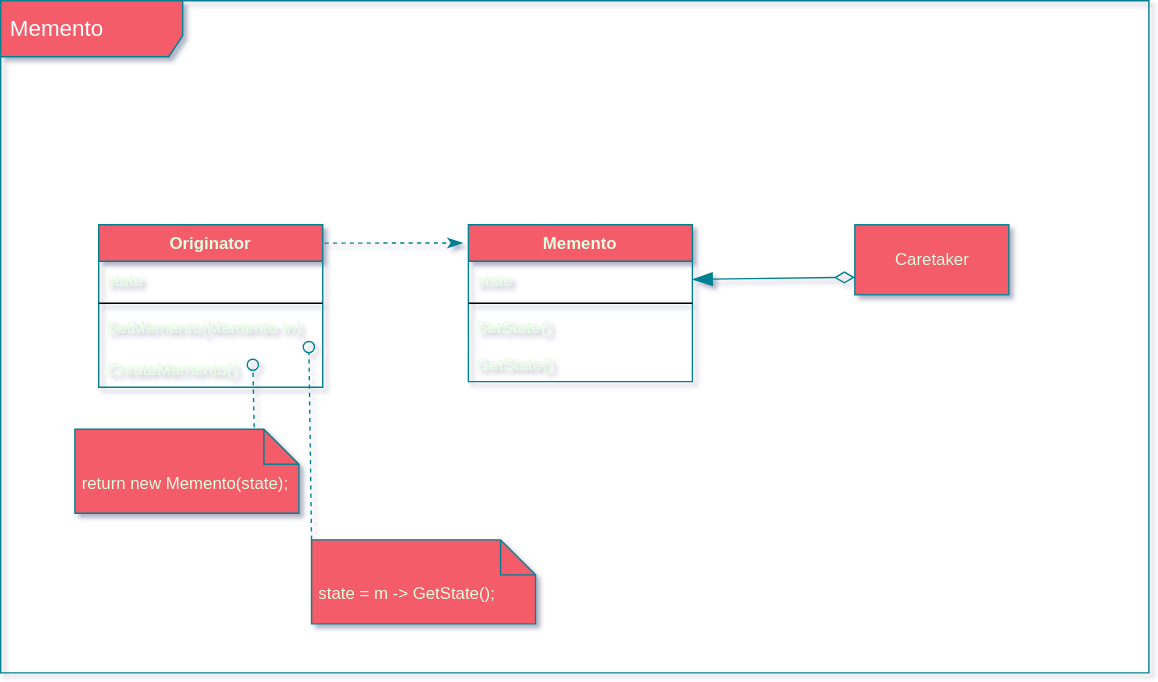
fanyixuanf/rhca keeps this draw.io diagram as design-pattern/images/memento.svg. Above is the earlier version. Source tidied: cells renumbered, new cells last; positions are measured from the earlier drawing's top-left corner, leaving out a move shared by most shapes. Source of this version:
```xml
<mxGraphModel background="#114B5F">
  <root>
    <mxCell id="0" />
    <mxCell id="1" parent="0" />
    <mxCell id="2" value="&lt;font color=&quot;#ffffff&quot;&gt;&lt;span style=&quot;font-size: 16px&quot;&gt;Memento&lt;/span&gt;&lt;/font&gt;" style="shape=umlFrame;whiteSpace=wrap;html=1;width=130;height=40;boundedLbl=1;verticalAlign=middle;align=left;spacingLeft=5;fillColor=#F45B69;strokeColor=#028090;fontColor=#E4FDE1;" parent="1" vertex="1">
      <mxGeometry width="820" height="480" as="geometry" />
    </mxCell>
    <mxCell id="3" value="Caretaker" style="html=1;rounded=0;sketch=0;fontColor=#E4FDE1;strokeColor=#028090;fillColor=#F45B69;" parent="1" vertex="1">
      <mxGeometry x="610" y="160" width="110" height="50" as="geometry" />
    </mxCell>
    <mxCell id="4" value="Memento" style="swimlane;fontStyle=1;align=center;verticalAlign=top;horizontal=1;startSize=26;rounded=0;sketch=0;fontColor=#E4FDE1;strokeColor=#028090;fillColor=#F45B69;" parent="1" vertex="1">
      <mxGeometry x="334" y="160" width="160" height="112" as="geometry" />
    </mxCell>
    <mxCell id="5" value="state" style="text;strokeColor=none;fillColor=none;align=left;verticalAlign=top;spacingLeft=4;spacingRight=4;overflow=hidden;points=[[0,0.5],[1,0.5]];portConstraint=eastwest;rounded=0;sketch=0;fontColor=#E4FDE1;" parent="4" vertex="1">
      <mxGeometry y="26" width="160" height="26" as="geometry" />
    </mxCell>
    <mxCell id="6" style="line;strokeWidth=1;fillColor=none;align=left;verticalAlign=middle;spacingTop=-1;spacingLeft=3;spacingRight=3;labelPosition=right;rounded=0;sketch=0;fontColor=#E4FDE1;" parent="4" vertex="1">
      <mxGeometry y="52" width="160" height="8" as="geometry" />
    </mxCell>
    <mxCell id="7" value="SetState()" style="text;strokeColor=none;fillColor=none;align=left;verticalAlign=top;spacingLeft=4;spacingRight=4;overflow=hidden;rounded=0;sketch=0;fontColor=#E4FDE1;" parent="4" vertex="1">
      <mxGeometry y="60" width="160" height="26" as="geometry" />
    </mxCell>
    <mxCell id="8" value="GetState()" style="text;strokeColor=none;fillColor=none;align=left;verticalAlign=top;spacingLeft=4;spacingRight=4;overflow=hidden;rounded=0;sketch=0;fontColor=#E4FDE1;" parent="4" vertex="1">
      <mxGeometry y="86" width="160" height="26" as="geometry" />
    </mxCell>
    <mxCell id="9" value="Originator" style="swimlane;fontStyle=1;align=center;verticalAlign=top;horizontal=1;startSize=26;rounded=0;sketch=0;fontColor=#E4FDE1;strokeColor=#028090;fillColor=#F45B69;" parent="1" vertex="1">
      <mxGeometry x="70" y="160" width="160" height="116" as="geometry" />
    </mxCell>
    <mxCell id="10" value="state" style="text;strokeColor=none;fillColor=none;align=left;verticalAlign=top;spacingLeft=4;spacingRight=4;overflow=hidden;rounded=0;sketch=0;fontColor=#E4FDE1;" parent="9" vertex="1">
      <mxGeometry y="26" width="160" height="26" as="geometry" />
    </mxCell>
    <mxCell id="11" style="line;strokeWidth=1;fillColor=none;align=left;verticalAlign=middle;spacingTop=-1;spacingLeft=3;spacingRight=3;labelPosition=right;rounded=0;sketch=0;fontColor=#E4FDE1;" parent="9" vertex="1">
      <mxGeometry y="52" width="160" height="8" as="geometry" />
    </mxCell>
    <mxCell id="12" value="SetMemento(Memento m)" style="text;strokeColor=none;fillColor=none;align=left;verticalAlign=top;spacingLeft=4;spacingRight=4;overflow=hidden;rounded=0;sketch=0;fontColor=#E4FDE1;" parent="9" vertex="1">
      <mxGeometry y="60" width="160" height="30" as="geometry" />
    </mxCell>
    <mxCell id="13" value="CreateMemento()" style="text;strokeColor=none;fillColor=none;align=left;verticalAlign=top;spacingLeft=4;spacingRight=4;overflow=hidden;points=[[0,0.5],[1,0.5]];portConstraint=eastwest;rounded=0;sketch=0;fontColor=#E4FDE1;" parent="9" vertex="1">
      <mxGeometry y="90" width="160" height="26" as="geometry" />
    </mxCell>
    <mxCell id="14" value="&amp;nbsp;return new Memento(state);" style="shape=note2;boundedLbl=1;whiteSpace=wrap;html=1;size=25;verticalAlign=top;align=left;rounded=0;sketch=0;fontColor=#E4FDE1;strokeColor=#028090;fillColor=#F45B69;" parent="1" vertex="1">
      <mxGeometry x="53" y="306" width="160" height="60" as="geometry" />
    </mxCell>
    <mxCell id="15" value="&amp;nbsp;state = m -&amp;gt; GetState();" style="shape=note2;boundedLbl=1;whiteSpace=wrap;html=1;size=25;verticalAlign=top;align=left;rounded=0;sketch=0;fontColor=#E4FDE1;strokeColor=#028090;fillColor=#F45B69;" parent="1" vertex="1">
      <mxGeometry x="222" y="385" width="160" height="60" as="geometry" />
    </mxCell>
    <mxCell id="16" style="endArrow=classicThin;startArrow=none;endFill=1;startFill=0;endSize=8;html=1;verticalAlign=bottom;dashed=1;labelBackgroundColor=none;rounded=1;sketch=0;fontColor=#E4FDE1;sourcePerimeterSpacing=5;targetPerimeterSpacing=10;strokeColor=#028090;strokeWidth=1;fillColor=#F45B69;jumpSize=10;exitX=1.008;exitY=0.113;exitDx=0;exitDy=0;exitPerimeter=0;" parent="1" edge="1" source="9">
      <mxGeometry relative="1" as="geometry">
        <mxPoint x="330" y="173" as="targetPoint" />
      </mxGeometry>
    </mxCell>
    <mxCell id="17" style="endArrow=oval;startArrow=none;endFill=0;startFill=0;endSize=8;html=1;verticalAlign=bottom;dashed=1;labelBackgroundColor=none;rounded=1;sketch=0;fontColor=#E4FDE1;sourcePerimeterSpacing=5;targetPerimeterSpacing=10;strokeColor=#028090;strokeWidth=1;fillColor=#F45B69;jumpSize=10;entryX=0.688;entryY=0.385;entryDx=0;entryDy=0;entryPerimeter=0;exitX=0.8;exitY=-0.022;exitDx=0;exitDy=0;exitPerimeter=0;" parent="1" edge="1" source="14" target="13">
      <mxGeometry relative="1" as="geometry" />
    </mxCell>
    <mxCell id="18" style="endArrow=oval;startArrow=none;endFill=0;startFill=0;endSize=8;html=1;verticalAlign=bottom;dashed=1;labelBackgroundColor=none;rounded=1;sketch=0;fontColor=#E4FDE1;sourcePerimeterSpacing=5;targetPerimeterSpacing=10;strokeColor=#028090;strokeWidth=1;fillColor=#F45B69;jumpSize=10;entryX=0.938;entryY=-0.103;entryDx=0;entryDy=0;entryPerimeter=0;exitX=0;exitY=0;exitDx=0;exitDy=0;exitPerimeter=0;" parent="1" edge="1" source="15" target="13">
      <mxGeometry relative="1" as="geometry" />
    </mxCell>
    <mxCell id="19" style="endArrow=diamondThin;startArrow=blockThin;endFill=0;startFill=1;endSize=12;html=1;rounded=1;sketch=0;fontColor=#E4FDE1;sourcePerimeterSpacing=5;targetPerimeterSpacing=5;strokeColor=#028090;strokeWidth=1;fillColor=#F45B69;jumpSize=10;startSize=12;exitX=1;exitY=0.5;exitDx=0;exitDy=0;entryX=0;entryY=0.75;entryDx=0;entryDy=0;" parent="1" edge="1" source="5" target="3">
      <mxGeometry relative="1" as="geometry" />
    </mxCell>
  </root>
</mxGraphModel>
```
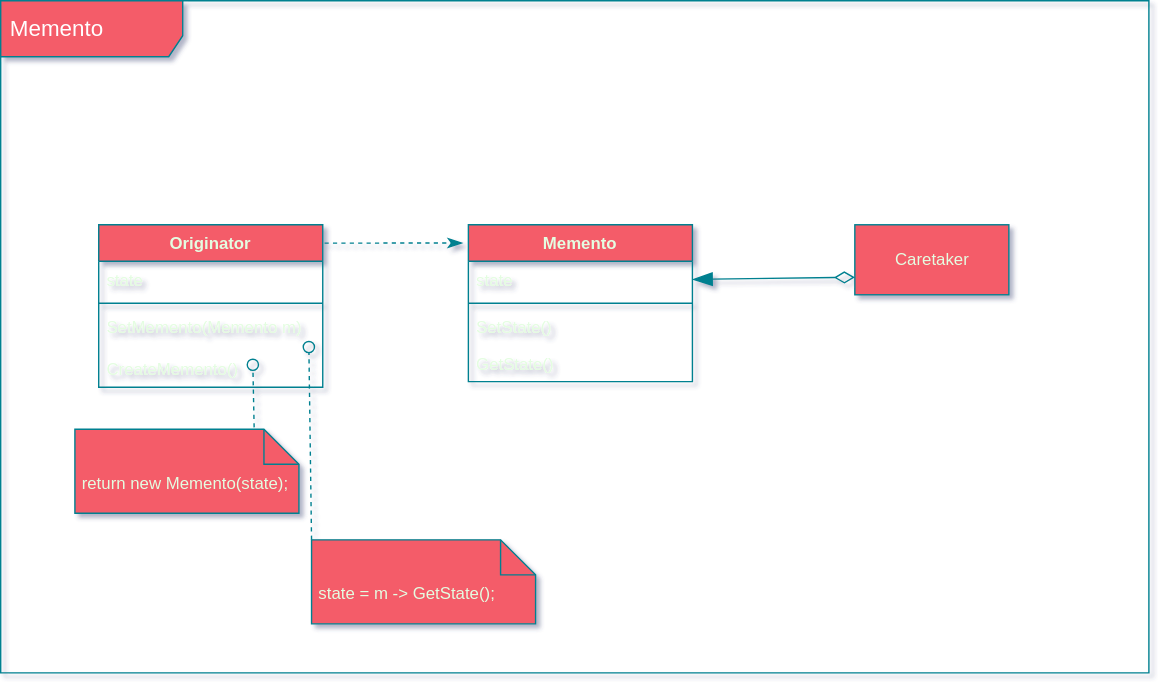
After the change.

Diff of the diagram source:
```diff
@@ -14,7 +14,7 @@
     <mxCell id="5" value="state" style="text;strokeColor=none;fillColor=none;align=left;verticalAlign=top;spacingLeft=4;spacingRight=4;overflow=hidden;points=[[0,0.5],[1,0.5]];portConstraint=eastwest;rounded=0;sketch=0;fontColor=#E4FDE1;" parent="4" vertex="1">
       <mxGeometry y="26" width="160" height="26" as="geometry" />
     </mxCell>
-    <mxCell id="6" style="line;strokeWidth=1;fillColor=none;align=left;verticalAlign=middle;spacingTop=-1;spacingLeft=3;spacingRight=3;labelPosition=right;rounded=0;sketch=0;fontColor=#E4FDE1;" parent="4" vertex="1">
+    <mxCell id="6" style="line;strokeWidth=1;fillColor=none;align=left;verticalAlign=middle;spacingTop=-1;spacingLeft=3;spacingRight=3;labelPosition=right;rounded=0;sketch=0;fontColor=#E4FDE1;labelBackgroundColor=#114B5F;strokeColor=#028090;" parent="4" vertex="1">
       <mxGeometry y="52" width="160" height="8" as="geometry" />
     </mxCell>
     <mxCell id="7" value="SetState()" style="text;strokeColor=none;fillColor=none;align=left;verticalAlign=top;spacingLeft=4;spacingRight=4;overflow=hidden;rounded=0;sketch=0;fontColor=#E4FDE1;" parent="4" vertex="1">
@@ -29,7 +29,7 @@
     <mxCell id="10" value="state" style="text;strokeColor=none;fillColor=none;align=left;verticalAlign=top;spacingLeft=4;spacingRight=4;overflow=hidden;rounded=0;sketch=0;fontColor=#E4FDE1;" parent="9" vertex="1">
       <mxGeometry y="26" width="160" height="26" as="geometry" />
     </mxCell>
-    <mxCell id="11" style="line;strokeWidth=1;fillColor=none;align=left;verticalAlign=middle;spacingTop=-1;spacingLeft=3;spacingRight=3;labelPosition=right;rounded=0;sketch=0;fontColor=#E4FDE1;" parent="9" vertex="1">
+    <mxCell id="11" style="line;strokeWidth=1;fillColor=none;align=left;verticalAlign=middle;spacingTop=-1;spacingLeft=3;spacingRight=3;labelPosition=right;rounded=0;sketch=0;fontColor=#E4FDE1;labelBackgroundColor=#114B5F;strokeColor=#028090;" parent="9" vertex="1">
       <mxGeometry y="52" width="160" height="8" as="geometry" />
     </mxCell>
     <mxCell id="12" value="SetMemento(Memento m)" style="text;strokeColor=none;fillColor=none;align=left;verticalAlign=top;spacingLeft=4;spacingRight=4;overflow=hidden;rounded=0;sketch=0;fontColor=#E4FDE1;" parent="9" vertex="1">
@@ -55,7 +55,7 @@
     <mxCell id="18" style="endArrow=oval;startArrow=none;endFill=0;startFill=0;endSize=8;html=1;verticalAlign=bottom;dashed=1;labelBackgroundColor=none;rounded=1;sketch=0;fontColor=#E4FDE1;sourcePerimeterSpacing=5;targetPerimeterSpacing=10;strokeColor=#028090;strokeWidth=1;fillColor=#F45B69;jumpSize=10;entryX=0.938;entryY=-0.103;entryDx=0;entryDy=0;entryPerimeter=0;exitX=0;exitY=0;exitDx=0;exitDy=0;exitPerimeter=0;" parent="1" edge="1" source="15" target="13">
       <mxGeometry relative="1" as="geometry" />
     </mxCell>
-    <mxCell id="19" style="endArrow=diamondThin;startArrow=blockThin;endFill=0;startFill=1;endSize=12;html=1;rounded=1;sketch=0;fontColor=#E4FDE1;sourcePerimeterSpacing=5;targetPerimeterSpacing=5;strokeColor=#028090;strokeWidth=1;fillColor=#F45B69;jumpSize=10;startSize=12;exitX=1;exitY=0.5;exitDx=0;exitDy=0;entryX=0;entryY=0.75;entryDx=0;entryDy=0;" parent="1" edge="1" source="5" target="3">
+    <mxCell id="19" style="endArrow=diamondThin;startArrow=blockThin;endFill=0;startFill=1;endSize=12;html=1;rounded=1;sketch=0;fontColor=#E4FDE1;sourcePerimeterSpacing=5;targetPerimeterSpacing=5;strokeColor=#028090;strokeWidth=1;fillColor=#F45B69;jumpSize=10;startSize=12;exitX=1;exitY=0.5;exitDx=0;exitDy=0;entryX=0;entryY=0.75;entryDx=0;entryDy=0;labelBackgroundColor=#114B5F;" parent="1" edge="1" source="5" target="3">
       <mxGeometry relative="1" as="geometry" />
     </mxCell>
   </root>
```
